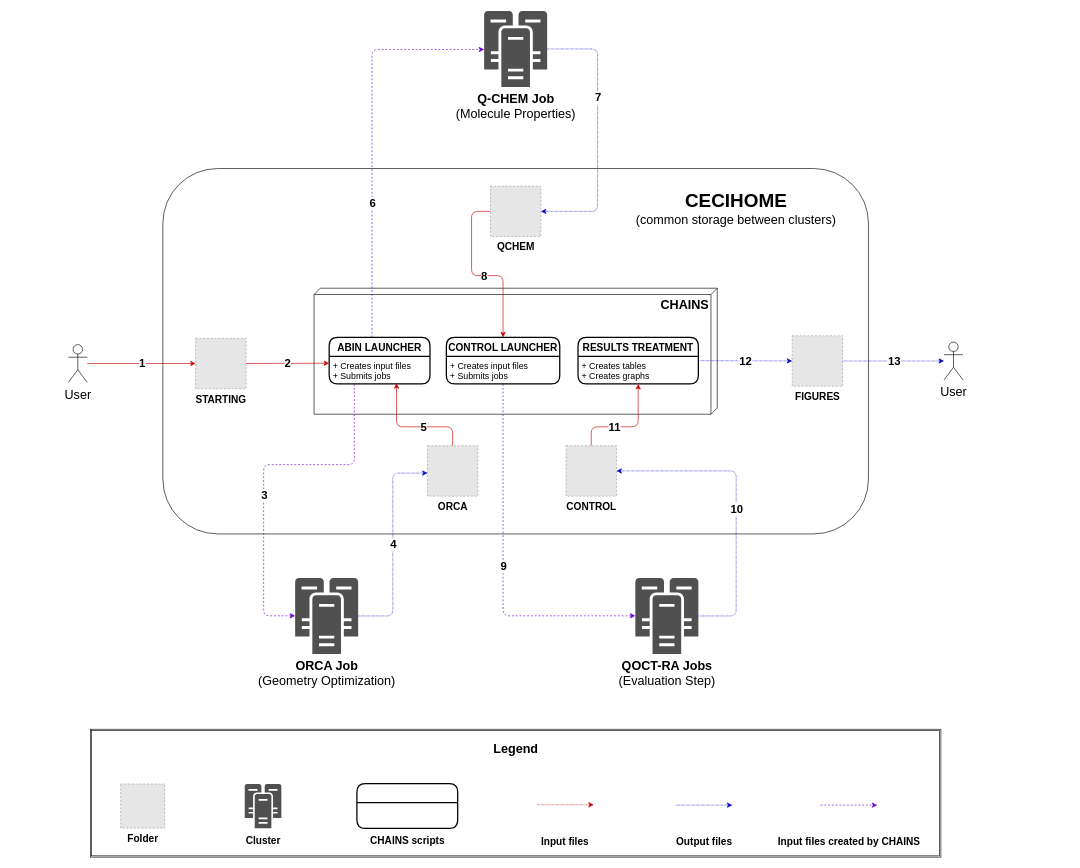
Earlier version of the draw.io diagram docs/source/figures/workflow.drawio (niacobel/CHAINS). Source tidied: cells renumbered, new cells numbered last; positions are measured from the earlier drawing's top-left corner, leaving out a move shared by most shapes. Both pictures are drawn from the tidied source at 63%, with x=0, y=0 at pixel (68, 11). Pictures stored in the file or linked from it are replaced by grey dashed boxes.
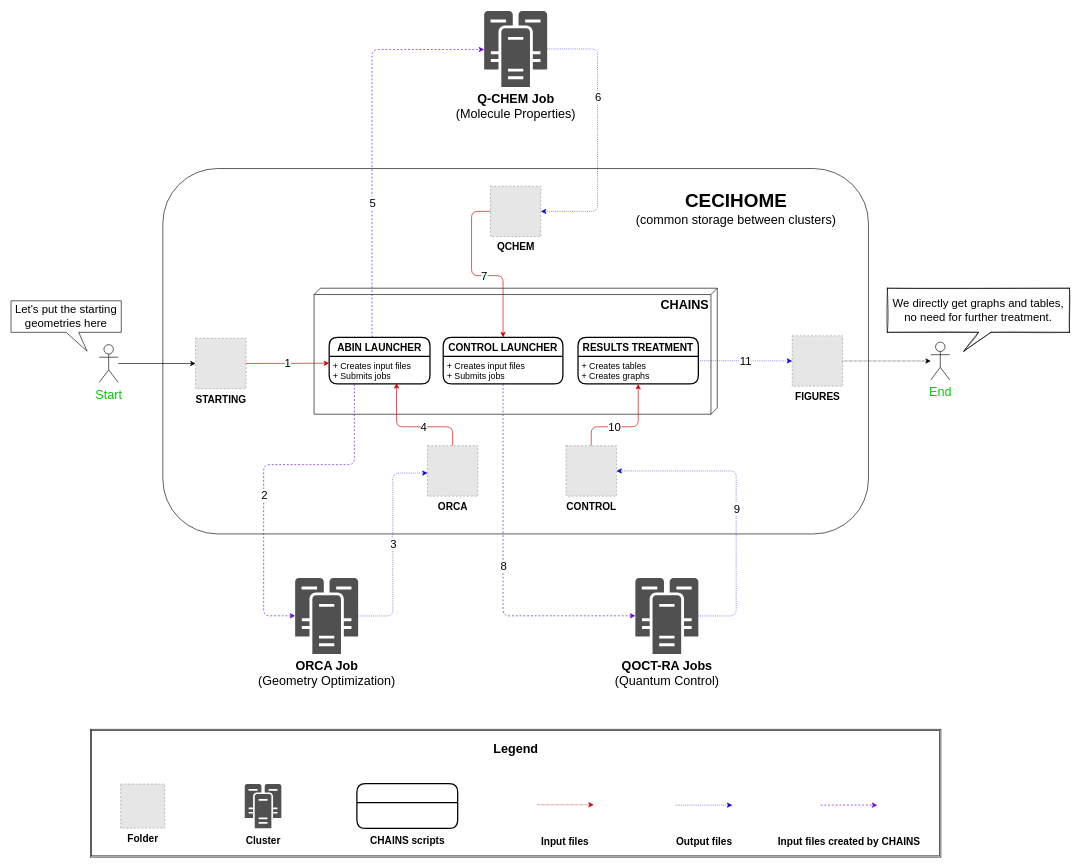
Above is the later version.

The change refers to these unchanged cells:
```xml
<mxCell id="5" value="&lt;span style=&quot;font-size: 16px&quot;&gt;STARTING&lt;/span&gt;" style="fillColor=#E6E6E6;strokeColor=#999999;dashed=1;html=1;verticalAlign=top;verticalLabelPosition=bottom;labelBackgroundColor=#ffffff;fontSize=16;fontStyle=1;" parent="1" vertex="1">
  <mxGeometry x="202" y="519.5" width="80" height="80" as="geometry" />
</mxCell>
<mxCell id="6" value="&lt;div&gt;ORCA&lt;/div&gt;" style="fillColor=#E6E6E6;strokeColor=#999999;dashed=1;html=1;verticalAlign=top;verticalLabelPosition=bottom;labelBackgroundColor=#ffffff;fontSize=16;fontStyle=1;" parent="1" vertex="1">
  <mxGeometry x="570" y="690" width="80" height="80" as="geometry" />
</mxCell>
<mxCell id="7" value="QCHEM" style="fillColor=#E6E6E6;strokeColor=#999999;dashed=1;html=1;verticalAlign=top;verticalLabelPosition=bottom;labelBackgroundColor=#ffffff;fontSize=16;fontStyle=1;" parent="1" vertex="1">
  <mxGeometry x="670" y="278" width="80" height="80" as="geometry" />
</mxCell>
<mxCell id="8" value="&lt;div&gt;CONTROL&lt;/div&gt;" style="fillColor=#E6E6E6;strokeColor=#999999;dashed=1;html=1;verticalAlign=top;verticalLabelPosition=bottom;labelBackgroundColor=#ffffff;fontSize=16;fontStyle=1;" parent="1" vertex="1">
  <mxGeometry x="790" y="690" width="80" height="80" as="geometry" />
</mxCell>
<mxCell id="9" value="FIGURES" style="fillColor=#E6E6E6;strokeColor=#999999;dashed=1;html=1;verticalAlign=top;verticalLabelPosition=bottom;labelBackgroundColor=#ffffff;fontSize=16;fontStyle=1;" parent="1" vertex="1">
  <mxGeometry x="1149" y="515.5" width="80" height="80" as="geometry" />
</mxCell>
<mxCell id="10" value="&lt;b&gt;ORCA Job&lt;/b&gt; &lt;br&gt;(Geometry Optimization)" style="shadow=0;dashed=0;html=1;strokeColor=none;fillColor=#505050;labelPosition=center;verticalLabelPosition=bottom;verticalAlign=top;outlineConnect=0;align=center;shape=mxgraph.office.servers.cluster_server;fontSize=20;rounded=1;" parent="1" vertex="1">
  <mxGeometry x="360" y="900" width="100" height="120.4" as="geometry" />
</mxCell>
<mxCell id="11" value="&lt;b&gt;Q-CHEM Job&lt;/b&gt; &lt;br&gt;(Molecule Properties)" style="shadow=0;dashed=0;html=1;strokeColor=none;fillColor=#505050;labelPosition=center;verticalLabelPosition=bottom;verticalAlign=top;outlineConnect=0;align=center;shape=mxgraph.office.servers.cluster_server;fontSize=20;rounded=1;" parent="1" vertex="1">
  <mxGeometry x="660" width="100" height="120.4" as="geometry" />
</mxCell>
<mxCell id="18" value="RESULTS TREATMENT" style="swimlane;horizontal=1;startSize=30;fontSize=16;fontStyle=1;strokeWidth=2;shadow=0;dashed=0;align=center;rounded=1;" parent="1" vertex="1">
  <mxGeometry x="809" y="518" width="191" height="74" as="geometry" />
</mxCell>
<mxCell id="22" style="endArrow=classic;html=1;fontSize=20;entryX=0;entryY=0.25;entryDx=0;entryDy=0;strokeColor=#CC0000;exitX=1;exitY=0.5;exitDx=0;exitDy=0;" parent="1" edge="1" source="5" target="17">
  <mxGeometry relative="1" as="geometry" />
</mxCell>
<mxCell id="24" style="endArrow=classic;html=1;fontSize=20;jumpStyle=none;edgeStyle=orthogonalEdgeStyle;strokeColor=#6600CC;dashed=1;exitX=0.25;exitY=1;exitDx=0;exitDy=0;" parent="1" edge="1" source="17" target="10">
  <mxGeometry relative="1" as="geometry">
    <Array as="points">
      <mxPoint x="454" y="720" />
      <mxPoint x="310" y="720" />
      <mxPoint x="310" y="960" />
    </Array>
  </mxGeometry>
</mxCell>
<mxCell id="28" style="endArrow=classic;html=1;fontSize=20;jumpStyle=none;entryX=0.668;entryY=0.972;entryDx=0;entryDy=0;entryPerimeter=0;edgeStyle=orthogonalEdgeStyle;exitX=0.5;exitY=0;exitDx=0;exitDy=0;strokeColor=#CC0000;" parent="1" edge="1" source="6" target="17">
  <mxGeometry relative="1" as="geometry">
    <Array as="points">
      <mxPoint x="610" y="660" />
      <mxPoint x="521" y="660" />
    </Array>
  </mxGeometry>
</mxCell>
<mxCell id="32" style="endArrow=classic;html=1;fontSize=20;entryX=0.5;entryY=0;entryDx=0;entryDy=0;exitX=0;exitY=0.5;exitDx=0;exitDy=0;edgeStyle=orthogonalEdgeStyle;strokeColor=#CC0000;" parent="1" edge="1" source="7" target="60">
  <mxGeometry relative="1" as="geometry">
    <Array as="points">
      <mxPoint x="640" y="318" />
      <mxPoint x="640" y="420" />
      <mxPoint x="690" y="420" />
    </Array>
  </mxGeometry>
</mxCell>
<mxCell id="34" style="endArrow=classic;html=1;fontSize=20;exitX=0.5;exitY=1;exitDx=0;exitDy=0;edgeStyle=orthogonalEdgeStyle;strokeColor=#6600CC;dashed=1;" parent="1" edge="1" source="60" target="12">
  <mxGeometry relative="1" as="geometry">
    <Array as="points">
      <mxPoint x="690" y="960" />
    </Array>
  </mxGeometry>
</mxCell>
<mxCell id="38" style="endArrow=classic;html=1;fontSize=20;jumpStyle=none;edgeStyle=orthogonalEdgeStyle;strokeColor=#CC0000;entryX=0.5;entryY=1;entryDx=0;entryDy=0;" parent="1" edge="1" source="8" target="19">
  <mxGeometry relative="1" as="geometry">
    <Array as="points">
      <mxPoint x="830" y="660" />
      <mxPoint x="905" y="660" />
    </Array>
  </mxGeometry>
</mxCell>
<mxCell id="44" style="endArrow=classic;html=1;fontSize=20;jumpStyle=none;exitX=0.425;exitY=0;exitDx=0;exitDy=0;edgeStyle=orthogonalEdgeStyle;strokeColor=#6600CC;dashed=1;exitPerimeter=0;" parent="1" edge="1" source="16">
  <mxGeometry relative="1" as="geometry">
    <mxPoint x="660" y="61.1" as="targetPoint" />
    <Array as="points">
      <mxPoint x="482" y="61" />
    </Array>
  </mxGeometry>
</mxCell>
<mxCell id="54" style="group;" parent="1" vertex="1">
  <mxGeometry x="959" y="1260.5" width="100" height="76.5" as="geometry" />
</mxCell>
```

What changed in the source:
```diff
@@
-    <mxCell id="12" value="&lt;b&gt;QOCT-RA Jobs&lt;/b&gt; &lt;br&gt;(Evaluation Step)" style="shadow=0;dashed=0;html=1;strokeColor=none;fillColor=#505050;labelPosition=center;verticalLabelPosition=bottom;verticalAlign=top;outlineConnect=0;align=center;shape=mxgraph.office.servers.cluster_server;fontSize=20;rounded=1;" parent="1" vertex="1">
+    <mxCell id="12" value="&lt;b&gt;QOCT-RA Jobs&lt;/b&gt; &lt;br&gt;(Quantum Control)" style="shadow=0;dashed=0;html=1;strokeColor=none;fillColor=#505050;labelPosition=center;verticalLabelPosition=bottom;verticalAlign=top;outlineConnect=0;align=center;shape=mxgraph.office.servers.cluster_server;fontSize=20;rounded=1;" parent="1" vertex="1">
       <mxGeometry x="900" y="900" width="100" height="120.4" as="geometry" />
     </mxCell>
@@
-    <mxCell id="14" value="User" style="shape=umlActor;verticalLabelPosition=bottom;verticalAlign=top;html=1;outlineConnect=0;fontSize=20;align=center;rounded=1;" parent="1" vertex="1">
-      <mxGeometry y="529.5" width="30" height="60" as="geometry" />
+    <mxCell id="14" value="&lt;font color=&quot;#00CC00&quot;&gt;Start&lt;/font&gt;" style="shape=umlActor;verticalLabelPosition=bottom;verticalAlign=top;html=1;outlineConnect=0;fontSize=20;align=center;rounded=1;" parent="1" vertex="1">
+      <mxGeometry x="49" y="529.5" width="30" height="60" as="geometry" />
     </mxCell>
-    <mxCell id="15" value="User" style="shape=umlActor;verticalLabelPosition=bottom;verticalAlign=top;html=1;outlineConnect=0;fontSize=20;align=center;rounded=1;" parent="1" vertex="1">
-      <mxGeometry x="1390" y="525.5" width="30" height="60" as="geometry" />
+    <mxCell id="15" value="&lt;font color=&quot;#00CC00&quot;&gt;End&lt;/font&gt;" style="shape=umlActor;verticalLabelPosition=bottom;verticalAlign=top;html=1;outlineConnect=0;fontSize=20;align=center;rounded=1;" parent="1" vertex="1">
+      <mxGeometry x="1369" y="525.5" width="30" height="60" as="geometry" />
     </mxCell>
@@
-    <mxCell id="20" style="endArrow=classic;html=1;fontSize=20;strokeColor=#CC0000;" parent="1" edge="1" source="14" target="5">
+    <mxCell id="20" style="endArrow=classic;html=1;fontSize=20;" parent="1" edge="1" source="14" target="5">
       <mxGeometry relative="1" as="geometry" />
     </mxCell>
-    <mxCell id="21" value="&lt;div style=&quot;font-size: 18px&quot;&gt;&lt;b&gt;&lt;font style=&quot;font-size: 18px&quot;&gt;1&lt;/font&gt;&lt;/b&gt;&lt;/div&gt;" style="edgeLabel;html=1;align=center;verticalAlign=middle;rounded=1;" parent="20" vertex="1">
-      <mxGeometry relative="1" as="geometry" />
-    </mxCell>
@@
-    <mxCell id="23" value="&lt;div style=&quot;font-size: 18px&quot;&gt;&lt;b&gt;2&lt;/b&gt;&lt;/div&gt;" style="edgeLabel;html=1;align=center;verticalAlign=middle;fontSize=18;rounded=1;" parent="22" vertex="1">
+    <mxCell id="23" value="1" style="edgeLabel;html=1;align=center;verticalAlign=middle;fontSize=18;rounded=1;" parent="22" vertex="1">
       <mxGeometry relative="1" as="geometry" />
     </mxCell>
@@
-    <mxCell id="25" value="&lt;b&gt;3&lt;/b&gt;" style="edgeLabel;html=1;align=center;verticalAlign=middle;fontSize=18;rounded=1;" parent="24" vertex="1">
+    <mxCell id="25" value="2" style="edgeLabel;html=1;align=center;verticalAlign=middle;fontSize=18;rounded=1;" parent="24" vertex="1">
       <mxGeometry relative="1" as="geometry">
         <mxPoint y="39.7" as="offset" />
       </mxGeometry>
     </mxCell>
-    <mxCell id="26" style="endArrow=classic;html=1;fontSize=20;jumpStyle=none;entryX=0.003;entryY=0.543;entryDx=0;entryDy=0;entryPerimeter=0;edgeStyle=orthogonalEdgeStyle;strokeColor=#0000CC;dashed=1;dashPattern=1 1;" parent="1" edge="1" source="10" target="6">
+    <mxCell id="26" style="endArrow=classic;html=1;fontSize=20;jumpStyle=none;entryX=0.003;entryY=0.543;entryDx=0;entryDy=0;entryPerimeter=0;edgeStyle=orthogonalEdgeStyle;strokeColor=#0000CC;dashed=1;dashPattern=1 2;" parent="1" edge="1" source="10" target="6">
       <mxGeometry relative="1" as="geometry" />
     </mxCell>
-    <mxCell id="27" value="&lt;b&gt;4&lt;/b&gt;" style="edgeLabel;html=1;align=center;verticalAlign=middle;fontSize=18;rounded=1;" parent="26" vertex="1">
+    <mxCell id="27" value="3" style="edgeLabel;html=1;align=center;verticalAlign=middle;fontSize=18;rounded=1;" parent="26" vertex="1">
       <mxGeometry relative="1" as="geometry" />
     </mxCell>
@@
-    <mxCell id="29" value="&lt;b&gt;5&lt;/b&gt;" style="edgeLabel;html=1;align=center;verticalAlign=middle;fontSize=18;rounded=1;" parent="28" vertex="1">
+    <mxCell id="29" value="4" style="edgeLabel;html=1;align=center;verticalAlign=middle;fontSize=18;rounded=1;" parent="28" vertex="1">
       <mxGeometry relative="1" as="geometry">
         <mxPoint x="17" as="offset" />
       </mxGeometry>
     </mxCell>
-    <mxCell id="30" style="endArrow=classic;html=1;fontSize=20;edgeStyle=orthogonalEdgeStyle;entryX=1;entryY=0.5;entryDx=0;entryDy=0;strokeColor=#0000CC;dashed=1;dashPattern=1 1;" parent="1" edge="1" source="11" target="7">
-      <mxGeometry relative="1" as="geometry">
-        <Array as="points">
-          <mxPoint x="840" y="60" />
-          <mxPoint x="840" y="318" />
-        </Array>
-      </mxGeometry>
-    </mxCell>
-    <mxCell id="31" value="&lt;b&gt;7&lt;/b&gt;" style="edgeLabel;html=1;align=center;verticalAlign=middle;fontSize=18;rounded=1;" parent="30" vertex="1">
-      <mxGeometry relative="1" as="geometry">
-        <mxPoint y="-57.2" as="offset" />
-      </mxGeometry>
-    </mxCell>
@@
-    <mxCell id="33" value="&lt;div style=&quot;font-size: 18px&quot;&gt;&lt;b&gt;8&lt;/b&gt;&lt;/div&gt;" style="edgeLabel;html=1;align=center;verticalAlign=middle;fontSize=18;rounded=1;" parent="32" vertex="1">
+    <mxCell id="33" value="7" style="edgeLabel;html=1;align=center;verticalAlign=middle;fontSize=18;rounded=1;" parent="32" vertex="1">
       <mxGeometry relative="1" as="geometry">
         <mxPoint x="11" as="offset" />
       </mxGeometry>
     </mxCell>
@@
-    <mxCell id="35" value="&lt;b&gt;9&lt;/b&gt;" style="edgeLabel;html=1;align=center;verticalAlign=middle;fontSize=18;rounded=1;" parent="34" vertex="1">
+    <mxCell id="35" value="8" style="edgeLabel;html=1;align=center;verticalAlign=middle;fontSize=18;rounded=1;" parent="34" vertex="1">
       <mxGeometry relative="1" as="geometry" />
     </mxCell>
-    <mxCell id="36" style="endArrow=classic;html=1;fontSize=20;entryX=1;entryY=0.5;entryDx=0;entryDy=0;edgeStyle=orthogonalEdgeStyle;strokeColor=#0000CC;dashed=1;dashPattern=1 1;" parent="1" edge="1" source="12" target="8">
+    <mxCell id="36" style="endArrow=classic;html=1;fontSize=20;entryX=1;entryY=0.5;entryDx=0;entryDy=0;edgeStyle=orthogonalEdgeStyle;strokeColor=#0000CC;dashed=1;dashPattern=1 2;" parent="1" edge="1" source="12" target="8">
       <mxGeometry relative="1" as="geometry">
         <Array as="points">
           <mxPoint x="1060" y="960" />
           <mxPoint x="1060" y="730" />
         </Array>
       </mxGeometry>
     </mxCell>
-    <mxCell id="37" value="&lt;b&gt;10&lt;/b&gt;" style="edgeLabel;html=1;align=center;verticalAlign=middle;fontSize=18;rounded=1;" parent="36" vertex="1">
+    <mxCell id="37" value="9" style="edgeLabel;html=1;align=center;verticalAlign=middle;fontSize=18;rounded=1;" parent="36" vertex="1">
       <mxGeometry relative="1" as="geometry">
         <mxPoint y="9.8" as="offset" />
       </mxGeometry>
     </mxCell>
@@
-    <mxCell id="39" value="&lt;div&gt;&lt;b&gt;11&lt;/b&gt;&lt;/div&gt;" style="edgeLabel;html=1;align=center;verticalAlign=middle;fontSize=18;rounded=1;" parent="38" vertex="1">
+    <mxCell id="39" value="10" style="edgeLabel;html=1;align=center;verticalAlign=middle;fontSize=18;rounded=1;" parent="38" vertex="1">
       <mxGeometry relative="1" as="geometry">
         <mxPoint x="-20" as="offset" />
       </mxGeometry>
     </mxCell>
-    <mxCell id="40" style="endArrow=classic;html=1;fontSize=20;exitX=1;exitY=0.5;exitDx=0;exitDy=0;strokeColor=#0000CC;dashed=1;dashPattern=1 1;" parent="1" edge="1" source="18" target="9">
+    <mxCell id="40" style="endArrow=classic;html=1;fontSize=20;exitX=1;exitY=0.5;exitDx=0;exitDy=0;strokeColor=#0000CC;dashed=1;dashPattern=1 2;" parent="1" edge="1" source="18" target="9">
       <mxGeometry relative="1" as="geometry" />
     </mxCell>
-    <mxCell id="41" value="&lt;b&gt;12&lt;/b&gt;" style="edgeLabel;html=1;align=center;verticalAlign=middle;fontSize=18;rounded=1;" parent="40" vertex="1">
+    <mxCell id="41" value="11" style="edgeLabel;html=1;align=center;verticalAlign=middle;fontSize=18;rounded=1;" parent="40" vertex="1">
       <mxGeometry relative="1" as="geometry" />
     </mxCell>
-    <mxCell id="42" style="endArrow=classic;html=1;fontSize=20;exitX=1;exitY=0.5;exitDx=0;exitDy=0;strokeColor=#0000CC;dashed=1;dashPattern=1 1;" parent="1" edge="1" source="9" target="15">
+    <mxCell id="42" style="endArrow=classic;html=1;fontSize=20;exitX=1;exitY=0.5;exitDx=0;exitDy=0;dashed=1;dashPattern=1 1;" parent="1" edge="1" source="9" target="15">
       <mxGeometry relative="1" as="geometry" />
     </mxCell>
-    <mxCell id="43" value="&lt;b&gt;13&lt;/b&gt;" style="edgeLabel;html=1;align=center;verticalAlign=middle;fontSize=18;rounded=1;" parent="42" vertex="1">
-      <mxGeometry relative="1" as="geometry" />
-    </mxCell>
@@
-    <mxCell id="45" value="&lt;b&gt;6&lt;/b&gt;" style="edgeLabel;html=1;align=center;verticalAlign=middle;fontSize=18;rounded=1;" parent="44" vertex="1">
+    <mxCell id="45" value="5" style="edgeLabel;html=1;align=center;verticalAlign=middle;fontSize=18;rounded=1;" parent="44" vertex="1">
       <mxGeometry relative="1" as="geometry">
         <mxPoint y="103" as="offset" />
       </mxGeometry>
     </mxCell>
@@
-    <mxCell id="55" style="endArrow=classic;html=1;dashed=1;dashPattern=1 1;strokeColor=#0000CC;" parent="54" edge="1">
+    <mxCell id="55" style="endArrow=classic;html=1;dashed=1;dashPattern=1 2;strokeColor=#0000CC;" parent="54" edge="1">
       <mxGeometry relative="1" as="geometry">
         <mxPoint x="5" as="sourcePoint" />
         <mxPoint x="95" as="targetPoint" />
       </mxGeometry>
     </mxCell>
@@
     <mxCell id="60" value="CONTROL LAUNCHER" style="swimlane;horizontal=1;startSize=30;fontSize=16;fontStyle=1;strokeWidth=2;shadow=0;dashed=0;align=center;rounded=1;" parent="1" vertex="1">
-      <mxGeometry x="600" y="518" width="180" height="74" as="geometry" />
+      <mxGeometry x="595" y="518" width="190" height="74" as="geometry" />
     </mxCell>
     <mxCell id="61" value="+ Creates input files&#10;+ Submits jobs" style="align=left;strokeColor=none;fillColor=none;spacingLeft=4;fontSize=14;verticalAlign=top;rounded=1;" parent="60" vertex="1">
-      <mxGeometry y="30" width="180" height="44" as="geometry" />
+      <mxGeometry y="30" width="190" height="44" as="geometry" />
     </mxCell>
@@
+    <mxCell id="63" value="&lt;div align=&quot;center&quot;&gt;Let's put the starting geometries here&lt;/div&gt;" style="shape=callout;whiteSpace=wrap;html=1;perimeter=calloutPerimeter;fontSize=18;align=center;position2=0.69;" parent="1" vertex="1">
+      <mxGeometry x="-91" y="460" width="175" height="80" as="geometry" />
+    </mxCell>
+    <mxCell id="64" value="We directly get graphs and tables, no need for further treatment." style="shape=callout;whiteSpace=wrap;html=1;perimeter=calloutPerimeter;fontSize=18;align=center;position2=0.42;sketch=1;" parent="1" vertex="1">
+      <mxGeometry x="1300" y="440" width="289" height="100" as="geometry" />
+    </mxCell>
+    <mxCell id="30" style="endArrow=classic;html=1;fontSize=20;edgeStyle=orthogonalEdgeStyle;entryX=1;entryY=0.5;entryDx=0;entryDy=0;strokeColor=#0000CC;dashed=1;dashPattern=1 2;" parent="1" edge="1" source="11" target="7">
+      <mxGeometry relative="1" as="geometry">
+        <Array as="points">
+          <mxPoint x="840" y="60" />
+          <mxPoint x="840" y="318" />
+        </Array>
+      </mxGeometry>
+    </mxCell>
+    <mxCell id="31" value="6" style="edgeLabel;html=1;align=center;verticalAlign=middle;fontSize=18;rounded=1;" parent="30" vertex="1">
+      <mxGeometry relative="1" as="geometry">
+        <mxPoint y="-57.2" as="offset" />
+      </mxGeometry>
+    </mxCell>
```
